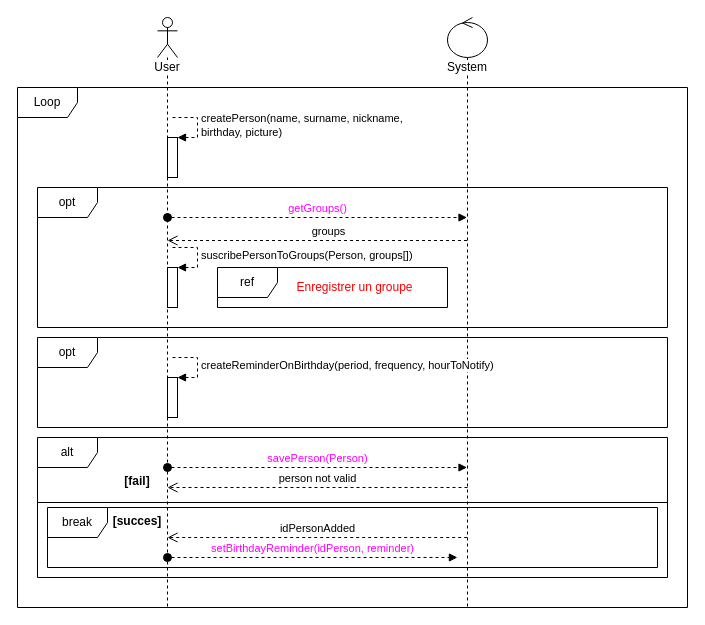
This is conception/DSS/UC#1-AddPerson.drawio from Lune00/project-wish-to-offer, a draw.io file, before an edit. Source tidied: cells renumbered, new cells numbered last; positions are measured from the earlier drawing's top-left corner, leaving out a move shared by most shapes. Both pictures are drawn from the tidied source at 100%, with x=0, y=0 at pixel (17, 17).
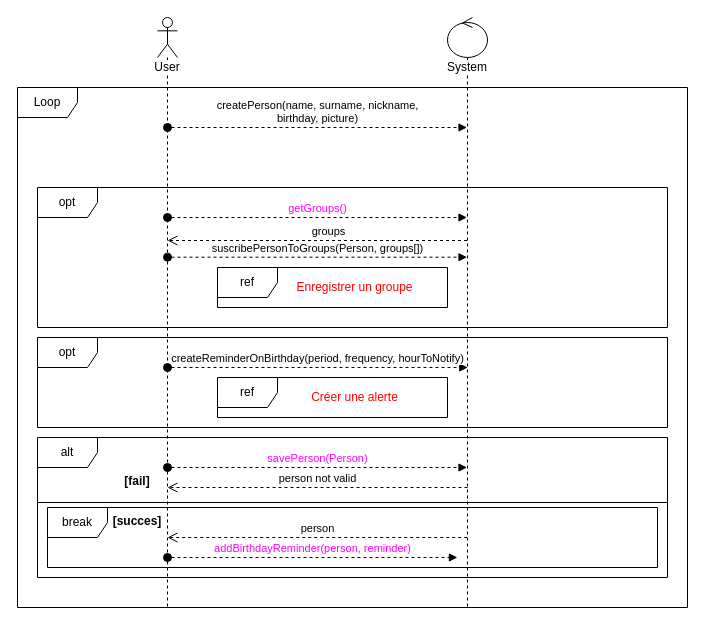
The same diagram, later.

Unchanged cells that the change refers to:
```xml
<mxCell id="2" value="break" style="shape=umlFrame;whiteSpace=wrap;html=1;" parent="1" vertex="1">
  <mxGeometry x="30" y="490" width="610" height="60" as="geometry" />
</mxCell>
<mxCell id="9" value="System" style="shape=umlLifeline;participant=umlControl;perimeter=lifelinePerimeter;whiteSpace=wrap;html=1;verticalAlign=top;spacingTop=36;labelBackgroundColor=#ffffff;outlineConnect=0;" parent="1" vertex="1">
  <mxGeometry x="430" width="40" height="590" as="geometry" />
</mxCell>
<mxCell id="14" value="opt" style="shape=umlFrame;whiteSpace=wrap;html=1;" parent="1" vertex="1">
  <mxGeometry x="20" y="320" width="630" height="90" as="geometry" />
</mxCell>
```

Diff of the diagram source:
```diff
@@
-    <mxCell id="6" style="html=1;points=[];perimeter=orthogonalPerimeter;" parent="1" vertex="1">
-      <mxGeometry x="150" y="120" width="10" height="40" as="geometry" />
-    </mxCell>
-    <mxCell id="7" value="createPerson(name, surname, nickname,&lt;br&gt;birthday, picture)" style="edgeStyle=orthogonalEdgeStyle;html=1;align=left;spacingLeft=2;endArrow=block;rounded=0;entryX=1;entryY=0;dashed=1;" parent="1" edge="1" target="6">
-      <mxGeometry relative="1" as="geometry">
-        <mxPoint x="155" y="100" as="sourcePoint" />
-        <Array as="points">
-          <mxPoint x="180" y="100" />
-        </Array>
-      </mxGeometry>
-    </mxCell>
@@
-    <mxCell id="12" style="html=1;points=[];perimeter=orthogonalPerimeter;" parent="1" vertex="1">
-      <mxGeometry x="150" y="250" width="10" height="40" as="geometry" />
-    </mxCell>
-    <mxCell id="13" value="suscribePersonToGroups(Person, groups[])" style="edgeStyle=orthogonalEdgeStyle;html=1;align=left;spacingLeft=2;endArrow=block;rounded=0;entryX=1;entryY=0;dashed=1;" parent="1" edge="1" target="12">
-      <mxGeometry relative="1" as="geometry">
-        <mxPoint x="155" y="230" as="sourcePoint" />
-        <Array as="points">
-          <mxPoint x="180" y="230" />
-        </Array>
-      </mxGeometry>
-    </mxCell>
@@
-    <mxCell id="15" style="html=1;points=[];perimeter=orthogonalPerimeter;" parent="1" vertex="1">
-      <mxGeometry x="150" y="360" width="10" height="40" as="geometry" />
-    </mxCell>
-    <mxCell id="16" value="createReminderOnBirthday(period, frequency, hourToNotify)" style="edgeStyle=orthogonalEdgeStyle;html=1;align=left;spacingLeft=2;endArrow=block;rounded=0;entryX=1;entryY=0;dashed=1;" parent="1" edge="1" target="15">
-      <mxGeometry relative="1" as="geometry">
-        <mxPoint x="155" y="340" as="sourcePoint" />
-        <Array as="points">
-          <mxPoint x="180" y="340" />
-        </Array>
-      </mxGeometry>
-    </mxCell>
@@
-    <mxCell id="22" value="idPersonAdded" style="html=1;verticalAlign=bottom;endArrow=open;dashed=1;endSize=8;entryX=0.194;entryY=0.385;entryDx=0;entryDy=0;entryPerimeter=0;" parent="1" edge="1">
+    <mxCell id="22" value="person" style="html=1;verticalAlign=bottom;endArrow=open;dashed=1;endSize=8;entryX=0.194;entryY=0.385;entryDx=0;entryDy=0;entryPerimeter=0;" parent="1" edge="1">
       <mxGeometry relative="1" as="geometry">
         <mxPoint x="449.7" y="520" as="sourcePoint" />
         <mxPoint x="150" y="520" as="targetPoint" />
       </mxGeometry>
     </mxCell>
-    <mxCell id="23" value="setBirthdayReminder(idPerson, reminder)" style="html=1;verticalAlign=bottom;startArrow=oval;startFill=1;endArrow=block;startSize=8;dashed=1;entryX=0.672;entryY=0.833;entryDx=0;entryDy=0;entryPerimeter=0;fontColor=#FF00FF;" parent="1" edge="1" target="2">
+    <mxCell id="23" value="addBirthdayReminder(person, reminder)" style="html=1;verticalAlign=bottom;startArrow=oval;startFill=1;endArrow=block;startSize=8;dashed=1;entryX=0.672;entryY=0.833;entryDx=0;entryDy=0;entryPerimeter=0;fontColor=#FF00FF;" parent="1" edge="1" target="2">
       <mxGeometry relative="1" as="geometry">
         <mxPoint x="150" y="540" as="sourcePoint" />
       </mxGeometry>
     </mxCell>
@@
+    <mxCell id="27" value="&lt;font color=&quot;#000000&quot;&gt;ref&lt;/font&gt;" style="shape=umlFrame;whiteSpace=wrap;html=1;fontColor=#FF00FF;" parent="1" vertex="1">
+      <mxGeometry x="200" y="360" width="230" height="40" as="geometry" />
+    </mxCell>
+    <mxCell id="28" value="&lt;font color=&quot;#ff0000&quot;&gt;Créer une alerte&lt;/font&gt;" style="text;html=1;strokeColor=none;fillColor=none;align=center;verticalAlign=middle;whiteSpace=wrap;rounded=0;fontColor=#FF00FF;" parent="1" vertex="1">
+      <mxGeometry x="270" y="370" width="135" height="20" as="geometry" />
+    </mxCell>
+    <mxCell id="29" style="edgeStyle=orthogonalEdgeStyle;rounded=0;orthogonalLoop=1;jettySize=auto;html=1;exitX=0.5;exitY=1;exitDx=0;exitDy=0;dashed=1;endArrow=none;endFill=0;fontColor=#33FF33;" parent="1" edge="1" source="28" target="28">
+      <mxGeometry relative="1" as="geometry" />
+    </mxCell>
+    <mxCell id="7" value="&lt;span style=&quot;color: rgb(0 , 0 , 0) ; text-align: left&quot;&gt;createPerson(name, surname, nickname,&lt;/span&gt;&lt;br style=&quot;color: rgb(0 , 0 , 0) ; text-align: left&quot;&gt;&lt;span style=&quot;color: rgb(0 , 0 , 0) ; text-align: left&quot;&gt;birthday, picture)&lt;/span&gt;" style="html=1;verticalAlign=bottom;startArrow=oval;startFill=1;endArrow=block;startSize=8;dashed=1;fontColor=#33FF33;" parent="1" edge="1" target="9">
+      <mxGeometry relative="1" as="geometry">
+        <mxPoint x="150" y="110" as="sourcePoint" />
+      </mxGeometry>
+    </mxCell>
+    <mxCell id="13" value="&lt;span style=&quot;color: rgb(0 , 0 , 0) ; text-align: left&quot;&gt;suscribePersonToGroups(Person, groups[])&lt;/span&gt;" style="html=1;verticalAlign=bottom;startArrow=oval;startFill=1;endArrow=block;startSize=8;dashed=1;fontColor=#33FF33;" parent="1" edge="1" target="9">
+      <mxGeometry relative="1" as="geometry">
+        <mxPoint x="150" y="239.7" as="sourcePoint" />
+      </mxGeometry>
+    </mxCell>
+    <mxCell id="16" value="&lt;span style=&quot;color: rgb(0 , 0 , 0) ; text-align: left&quot;&gt;createReminderOnBirthday(period, frequency, hourToNotify)&lt;/span&gt;" style="html=1;verticalAlign=bottom;startArrow=oval;startFill=1;endArrow=block;startSize=8;dashed=1;fontColor=#33FF33;entryX=0.683;entryY=0.333;entryDx=0;entryDy=0;entryPerimeter=0;" parent="1" edge="1" target="14">
+      <mxGeometry relative="1" as="geometry">
+        <mxPoint x="150" y="350" as="sourcePoint" />
+      </mxGeometry>
+    </mxCell>
```
